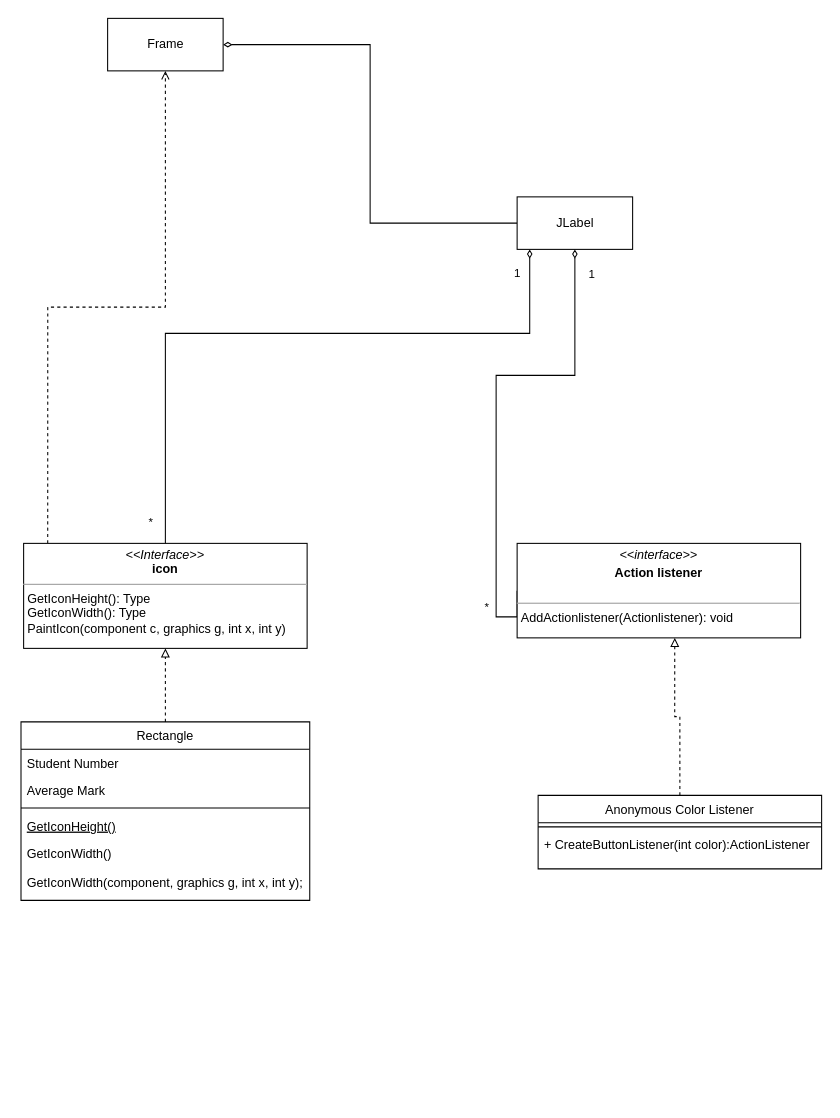
Before: page "class_diagram" (1 of 2) of H3/diagrams/HW3_Q4.2_diagram.drawio in naye1443/2022_Fall_coding_assignments, a draw.io diagram. Source tidied: cells renumbered, new cells numbered last; positions are measured from the earlier drawing's top-left corner, leaving out a move shared by most shapes. Both pictures are drawn from the tidied source at 105%, with x=0, y=0 at pixel (21, 18).
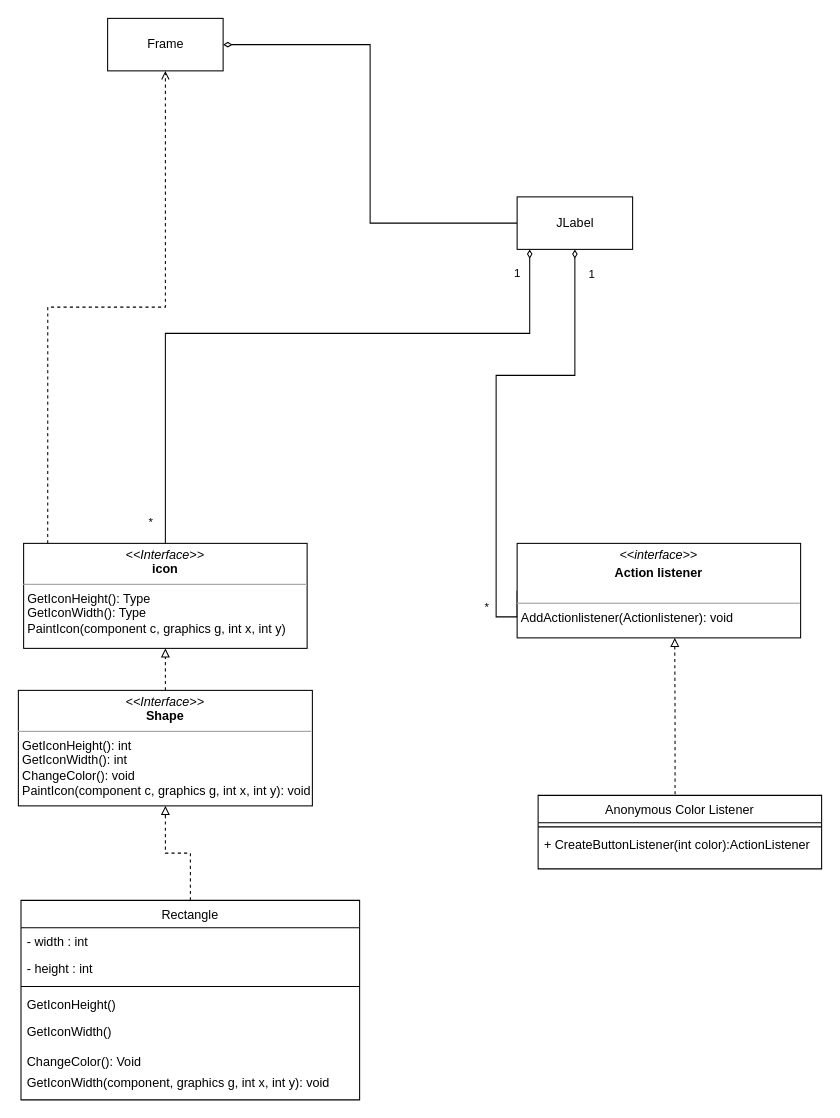
The same page after the edit.

The change refers to these unchanged cells:
```xml
<mxCell id="7" value="&lt;p style=&quot;margin:0px;margin-top:4px;text-align:center;&quot;&gt;&lt;i&gt;&amp;lt;&amp;lt;Interface&amp;gt;&amp;gt;&lt;/i&gt;&lt;br&gt;&lt;b&gt;icon&lt;/b&gt;&lt;/p&gt;&lt;hr size=&quot;1&quot;&gt;&lt;p style=&quot;margin:0px;margin-left:4px;&quot;&gt;GetIconHeight(): Type&lt;br&gt;GetIconWidth(): Type&lt;/p&gt;&lt;p style=&quot;margin:0px;margin-left:4px;&quot;&gt;PaintIcon(component c, graphics g, int x, int y)&lt;/p&gt;" style="verticalAlign=top;align=left;overflow=fill;fontSize=12;fontFamily=Helvetica;html=1;" parent="1" vertex="1">
  <mxGeometry x="2" y="500" width="270" height="100" as="geometry" />
</mxCell>
<mxCell id="20" value="&lt;p style=&quot;margin:0px;margin-top:4px;text-align:center;&quot;&gt;&lt;i&gt;&amp;lt;&amp;lt;interface&amp;gt;&amp;gt;&lt;/i&gt;&lt;/p&gt;&lt;p style=&quot;margin:0px;margin-top:4px;text-align:center;&quot;&gt;&lt;b&gt;Action listener&lt;/b&gt;&lt;/p&gt;&lt;p style=&quot;margin:0px;margin-left:4px;&quot;&gt;&lt;br&gt;&lt;/p&gt;&lt;hr size=&quot;1&quot;&gt;&lt;p style=&quot;margin:0px;margin-left:4px;&quot;&gt;AddActionlistener(Actionlistener): void&lt;/p&gt;" style="verticalAlign=top;align=left;overflow=fill;fontSize=12;fontFamily=Helvetica;html=1;" parent="1" vertex="1">
  <mxGeometry x="472" y="500" width="270" height="90" as="geometry" />
</mxCell>
<mxCell id="22" value="Anonymous Color Listener" style="swimlane;fontStyle=0;align=center;verticalAlign=top;horizontal=1;startSize=26;rounded=0;shadow=0;strokeWidth=1;" parent="1" vertex="1">
  <mxGeometry x="492" y="740" width="270" height="70" as="geometry" />
</mxCell>
```

What changed in the source:
```diff
@@
-    <mxCell id="8" style="edgeStyle=orthogonalEdgeStyle;rounded=0;jettySize=auto;html=1;entryX=0.5;entryY=1;entryDx=0;entryDy=0;dashed=1;endArrow=block;endFill=0;" parent="1" edge="1" source="9" target="7">
+    <mxCell id="8" style="edgeStyle=orthogonalEdgeStyle;rounded=0;jettySize=auto;html=1;entryX=0.5;entryY=1;entryDx=0;entryDy=0;dashed=1;endArrow=block;endFill=0;" parent="1" edge="1" source="9" target="28">
       <mxGeometry relative="1" as="geometry" />
     </mxCell>
     <mxCell id="9" value="Rectangle" style="swimlane;fontStyle=0;align=center;verticalAlign=top;horizontal=1;startSize=26;rounded=0;shadow=0;strokeWidth=1;" parent="1" vertex="1">
-      <mxGeometry x="-0.5" y="670" width="275" height="170" as="geometry" />
+      <mxGeometry x="-0.5" y="840" width="322.5" height="190" as="geometry" />
     </mxCell>
-    <mxCell id="10" value="Student Number" style="text;align=left;verticalAlign=top;spacingLeft=4;spacingRight=4;overflow=hidden;" parent="9" vertex="1">
-      <mxGeometry y="26" width="275" height="26" as="geometry" />
+    <mxCell id="10" value="- width : int" style="text;align=left;verticalAlign=top;spacingLeft=4;spacingRight=4;overflow=hidden;" parent="9" vertex="1">
+      <mxGeometry y="26" width="322.5" height="26" as="geometry" />
     </mxCell>
-    <mxCell id="11" value="Average Mark" style="text;align=left;verticalAlign=top;spacingLeft=4;spacingRight=4;overflow=hidden;rounded=0;shadow=0;html=0;" parent="9" vertex="1">
-      <mxGeometry y="52" width="275" height="26" as="geometry" />
+    <mxCell id="11" value="- height : int" style="text;align=left;verticalAlign=top;spacingLeft=4;spacingRight=4;overflow=hidden;rounded=0;shadow=0;html=0;" parent="9" vertex="1">
+      <mxGeometry y="52" width="322.5" height="26" as="geometry" />
     </mxCell>
     <mxCell id="12" style="line;html=1;strokeWidth=1;align=left;verticalAlign=middle;spacingTop=-1;spacingLeft=3;spacingRight=3;labelPosition=right;" parent="9" vertex="1">
-      <mxGeometry y="78" width="275" height="8" as="geometry" />
+      <mxGeometry y="78" width="322.5" height="8" as="geometry" />
     </mxCell>
-    <mxCell id="13" value="GetIconHeight()" style="text;align=left;verticalAlign=top;spacingLeft=4;spacingRight=4;overflow=hidden;fontStyle=4;" parent="9" vertex="1">
-      <mxGeometry y="86" width="275" height="26" as="geometry" />
+    <mxCell id="13" value="GetIconHeight()" style="text;align=left;verticalAlign=top;spacingLeft=4;spacingRight=4;overflow=hidden;fontStyle=0;" parent="9" vertex="1">
+      <mxGeometry y="86" width="322.5" height="26" as="geometry" />
     </mxCell>
     <mxCell id="14" value="GetIconWidth()" style="text;align=left;verticalAlign=top;spacingLeft=4;spacingRight=4;overflow=hidden;" parent="9" vertex="1">
-      <mxGeometry y="112" width="275" height="28" as="geometry" />
+      <mxGeometry y="112" width="322.5" height="28" as="geometry" />
     </mxCell>
-    <mxCell id="15" value="GetIconWidth(component, graphics g, int x, int y);" style="text;align=left;verticalAlign=top;spacingLeft=4;spacingRight=4;overflow=hidden;" parent="9" vertex="1">
-      <mxGeometry y="140" width="275" height="26" as="geometry" />
+    <mxCell id="15" value="ChangeColor(): Void" style="text;align=left;verticalAlign=top;spacingLeft=4;spacingRight=4;overflow=hidden;" parent="9" vertex="1">
+      <mxGeometry y="140" width="322.5" height="20" as="geometry" />
     </mxCell>
+    <mxCell id="26" value="GetIconWidth(component, graphics g, int x, int y): void" style="text;align=left;verticalAlign=top;spacingLeft=4;spacingRight=4;overflow=hidden;" parent="9" vertex="1">
+      <mxGeometry y="160" width="322.5" height="20" as="geometry" />
+    </mxCell>
@@
-    <mxCell id="21" style="edgeStyle=orthogonalEdgeStyle;rounded=0;jettySize=auto;html=1;entryX=0.556;entryY=1;entryDx=0;entryDy=0;entryPerimeter=0;endArrow=block;endFill=0;dashed=1;" parent="1" edge="1" source="22" target="20">
+    <mxCell id="21" style="edgeStyle=orthogonalEdgeStyle;rounded=0;jettySize=auto;html=1;entryX=0.556;entryY=1;entryDx=0;entryDy=0;entryPerimeter=0;endArrow=block;endFill=0;dashed=1;exitX=0.483;exitY=-0.014;exitDx=0;exitDy=0;exitPerimeter=0;" parent="1" edge="1" source="22" target="20">
       <mxGeometry relative="1" as="geometry" />
     </mxCell>
@@
+    <mxCell id="27" style="edgeStyle=orthogonalEdgeStyle;rounded=0;jettySize=auto;html=1;entryX=0.5;entryY=1;entryDx=0;entryDy=0;dashed=1;endArrow=block;endFill=0;" parent="1" edge="1" source="28" target="7">
+      <mxGeometry relative="1" as="geometry" />
+    </mxCell>
+    <mxCell id="28" value="&lt;p style=&quot;margin:0px;margin-top:4px;text-align:center;&quot;&gt;&lt;i&gt;&amp;lt;&amp;lt;Interface&amp;gt;&amp;gt;&lt;/i&gt;&lt;br&gt;&lt;b&gt;Shape&lt;/b&gt;&lt;/p&gt;&lt;hr size=&quot;1&quot;&gt;&lt;p style=&quot;margin:0px;margin-left:4px;&quot;&gt;GetIconHeight(): int&lt;br&gt;GetIconWidth(): int&lt;/p&gt;&lt;p style=&quot;margin:0px;margin-left:4px;&quot;&gt;ChangeColor(): void&lt;/p&gt;&lt;p style=&quot;margin:0px;margin-left:4px;&quot;&gt;PaintIcon(component c, graphics g, int x, int y): void&lt;/p&gt;" style="verticalAlign=top;align=left;overflow=fill;fontSize=12;fontFamily=Helvetica;html=1;" parent="1" vertex="1">
+      <mxGeometry x="-3" y="640" width="280" height="110" as="geometry" />
+    </mxCell>
```
